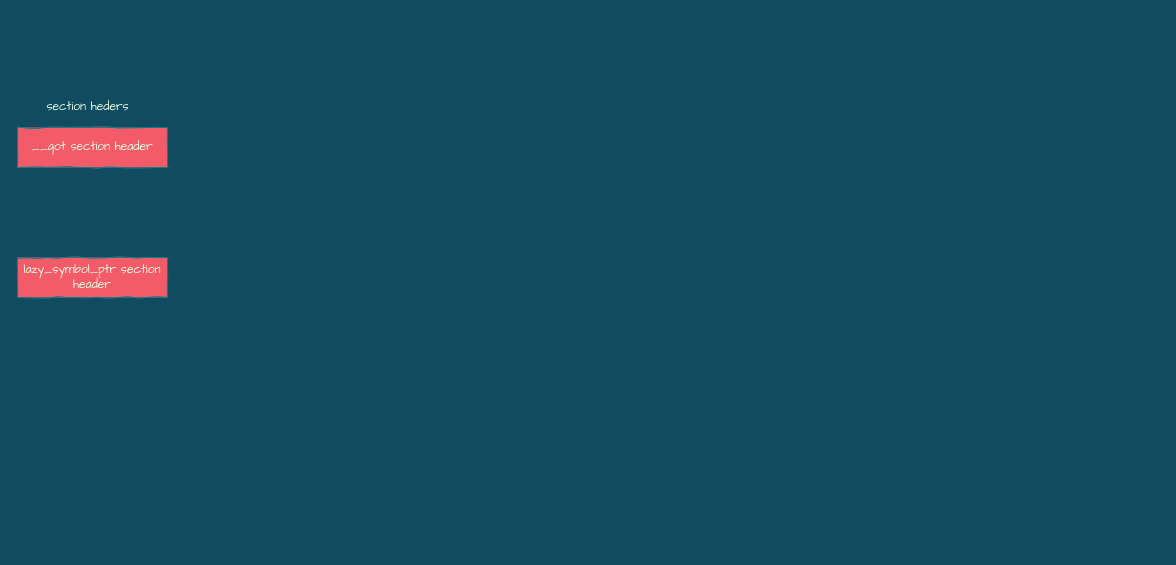
Earlier version of the draw.io diagram fishhook/section_header.drawio (silan-liu/drawio). Source tidied: cells renumbered, new cells numbered last; positions are measured from the earlier drawing's top-left corner, leaving out a move shared by most shapes. Both pictures are drawn from the tidied source at 100%, with x=0, y=0 at pixel (17, 97).
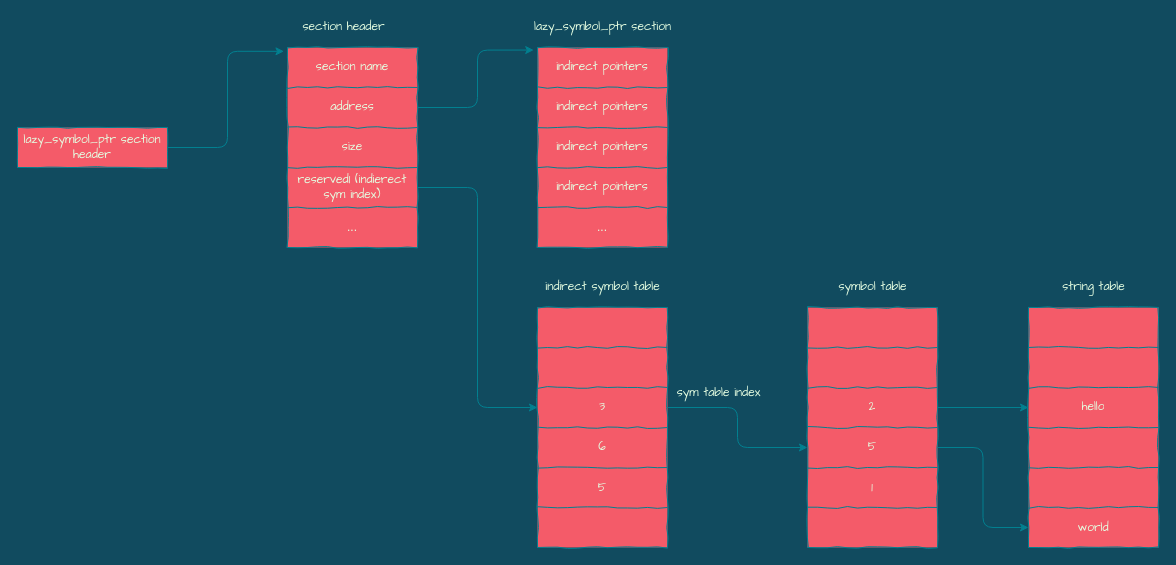
After the change.

The change refers to these unchanged cells:
```xml
<mxCell id="3" style="shape=partialRectangle;html=1;whiteSpace=wrap;fillColor=none;top=0;left=0;bottom=0;right=0;points=[[0,0.5],[1,0.5]];portConstraint=eastwest;strokeColor=#028090;fontColor=#E4FDE1;" parent="2" vertex="1">
  <mxGeometry width="150" height="40" as="geometry" />
</mxCell>
```

Diff of the diagram source:
```diff
@@
-    <mxCell id="4" value="__got section header" style="shape=partialRectangle;html=1;whiteSpace=wrap;overflow=hidden;fillColor=none;top=0;left=0;bottom=0;right=0;strokeColor=#028090;fontColor=#E4FDE1;fontFamily=Architects Daughter;" parent="3" vertex="1">
+    <mxCell id="4" value="lazy_symbol_ptr section header" style="shape=partialRectangle;html=1;whiteSpace=wrap;overflow=hidden;fillColor=none;top=0;left=0;bottom=0;right=0;strokeColor=#028090;fontColor=#E4FDE1;fontFamily=Architects Daughter;" parent="3" vertex="1">
       <mxGeometry width="150" height="40" as="geometry" />
     </mxCell>
-    <mxCell id="5" value="section heders" style="text;html=1;align=center;verticalAlign=middle;fontFamily=Architects Daughter;fontColor=#E4FDE1;" parent="1" vertex="1">
-      <mxGeometry x="20" width="100" height="20" as="geometry" />
-    </mxCell>
-    <mxCell id="6" style="shape=table;html=1;whiteSpace=wrap;startSize=0;childLayout=tableLayout;comic=1;fillColor=#F45B69;strokeColor=#028090;fontColor=#E4FDE1;fontFamily=Architects Daughter;" parent="1" vertex="1">
-      <mxGeometry y="160" width="150" height="40" as="geometry" />
-    </mxCell>
-    <mxCell id="7" style="shape=partialRectangle;html=1;whiteSpace=wrap;fillColor=none;top=0;left=0;bottom=0;right=0;strokeColor=#028090;fontColor=#E4FDE1;" parent="6" vertex="1">
-      <mxGeometry width="150" height="40" as="geometry" />
-    </mxCell>
-    <mxCell id="8" value="lazy_symbol_ptr section header" style="shape=partialRectangle;html=1;whiteSpace=wrap;overflow=hidden;fillColor=none;top=0;left=0;bottom=0;right=0;strokeColor=#028090;fontColor=#E4FDE1;fontFamily=Architects Daughter;" parent="7" vertex="1">
-      <mxGeometry width="150" height="40" as="geometry" />
-    </mxCell>
+    <mxCell id="9" style="shape=table;html=1;whiteSpace=wrap;startSize=0;childLayout=tableLayout;fillColor=#F45B69;strokeColor=#028090;fontColor=#E4FDE1;comic=1;" parent="1" vertex="1">
+      <mxGeometry x="270" y="-50" width="130" height="200" as="geometry" />
+    </mxCell>
+    <mxCell id="10" style="shape=partialRectangle;html=1;whiteSpace=wrap;fillColor=none;top=0;left=0;bottom=0;right=0;points=[[0,0.5],[1,0.5]];portConstraint=eastwest;strokeColor=#028090;fontColor=#E4FDE1;" parent="9" vertex="1">
+      <mxGeometry width="130" height="40" as="geometry" />
+    </mxCell>
+    <mxCell id="11" value="section name" style="shape=partialRectangle;html=1;whiteSpace=wrap;overflow=hidden;fillColor=none;top=0;left=0;bottom=0;right=0;strokeColor=#028090;fontColor=#E4FDE1;fontFamily=Architects Daughter;" parent="10" vertex="1">
+      <mxGeometry width="130" height="40" as="geometry" />
+    </mxCell>
+    <mxCell id="12" style="shape=partialRectangle;html=1;whiteSpace=wrap;fillColor=none;top=0;left=0;bottom=0;right=0;points=[[0,0.5],[1,0.5]];portConstraint=eastwest;strokeColor=#028090;fontColor=#E4FDE1;" parent="9" vertex="1">
+      <mxGeometry y="40" width="130" height="40" as="geometry" />
+    </mxCell>
+    <mxCell id="13" value="address" style="shape=partialRectangle;html=1;whiteSpace=wrap;overflow=hidden;fillColor=none;top=0;left=0;bottom=0;right=0;strokeColor=#028090;fontColor=#E4FDE1;fontFamily=Architects Daughter;" parent="12" vertex="1">
+      <mxGeometry width="130" height="40" as="geometry" />
+    </mxCell>
+    <mxCell id="14" style="shape=partialRectangle;html=1;whiteSpace=wrap;fillColor=none;top=0;left=0;bottom=0;right=0;strokeColor=#028090;fontColor=#E4FDE1;" parent="9" vertex="1">
+      <mxGeometry y="80" width="130" height="40" as="geometry" />
+    </mxCell>
+    <mxCell id="15" value="size" style="shape=partialRectangle;html=1;whiteSpace=wrap;overflow=hidden;fillColor=none;top=0;left=0;bottom=0;right=0;strokeColor=#028090;fontColor=#E4FDE1;fontFamily=Architects Daughter;" parent="14" vertex="1">
+      <mxGeometry width="130" height="40" as="geometry" />
+    </mxCell>
+    <mxCell id="16" style="shape=partialRectangle;html=1;whiteSpace=wrap;fillColor=none;top=0;left=0;bottom=0;right=0;points=[[0,0.5],[1,0.5]];portConstraint=eastwest;strokeColor=#028090;fontColor=#E4FDE1;" parent="9" vertex="1">
+      <mxGeometry y="120" width="130" height="40" as="geometry" />
+    </mxCell>
+    <mxCell id="17" value="reserved1 (indierect sym index)" style="shape=partialRectangle;html=1;whiteSpace=wrap;overflow=hidden;fillColor=none;top=0;left=0;bottom=0;right=0;strokeColor=#028090;fontColor=#E4FDE1;fontFamily=Architects Daughter;" parent="16" vertex="1">
+      <mxGeometry width="130" height="40" as="geometry" />
+    </mxCell>
+    <mxCell id="18" style="shape=partialRectangle;html=1;whiteSpace=wrap;fillColor=none;top=0;left=0;bottom=0;right=0;strokeColor=#028090;fontColor=#E4FDE1;" parent="9" vertex="1">
+      <mxGeometry y="160" width="130" height="40" as="geometry" />
+    </mxCell>
+    <mxCell id="19" value="..." style="shape=partialRectangle;html=1;whiteSpace=wrap;overflow=hidden;fillColor=none;top=0;left=0;bottom=0;right=0;strokeColor=#028090;fontColor=#E4FDE1;" parent="18" vertex="1">
+      <mxGeometry width="130" height="40" as="geometry" />
+    </mxCell>
+    <mxCell id="20" style="edgeStyle=orthogonalEdgeStyle;curved=0;rounded=1;sketch=0;jettySize=auto;html=1;exitX=1;exitY=0.5;exitDx=0;exitDy=0;entryX=-0.027;entryY=0.096;entryDx=0;entryDy=0;strokeColor=#028090;fillColor=#F45B69;fontFamily=Architects Daughter;fontColor=#E4FDE1;entryPerimeter=0;" parent="1" edge="1" source="3" target="10">
+      <mxGeometry relative="1" as="geometry" />
+    </mxCell>
+    <mxCell id="21" value="section header" style="text;html=1;align=center;verticalAlign=middle;fontFamily=Architects Daughter;fontColor=#E4FDE1;" parent="1" vertex="1">
+      <mxGeometry x="276" y="-80" width="100" height="20" as="geometry" />
+    </mxCell>
+    <mxCell id="22" style="shape=table;html=1;whiteSpace=wrap;startSize=0;childLayout=tableLayout;fillColor=#F45B69;strokeColor=#028090;fontColor=#E4FDE1;comic=1;" parent="1" vertex="1">
+      <mxGeometry x="520" y="-50" width="130" height="200" as="geometry" />
+    </mxCell>
+    <mxCell id="23" style="shape=partialRectangle;html=1;whiteSpace=wrap;fillColor=none;top=0;left=0;bottom=0;right=0;points=[[0,0.5],[1,0.5]];portConstraint=eastwest;strokeColor=#028090;fontColor=#E4FDE1;" parent="22" vertex="1">
+      <mxGeometry width="130" height="40" as="geometry" />
+    </mxCell>
+    <mxCell id="24" value="indirect pointers" style="shape=partialRectangle;html=1;whiteSpace=wrap;overflow=hidden;fillColor=none;top=0;left=0;bottom=0;right=0;strokeColor=#028090;fontColor=#E4FDE1;fontFamily=Architects Daughter;" parent="23" vertex="1">
+      <mxGeometry width="130" height="40" as="geometry" />
+    </mxCell>
+    <mxCell id="25" style="shape=partialRectangle;html=1;whiteSpace=wrap;fillColor=none;top=0;left=0;bottom=0;right=0;strokeColor=#028090;fontColor=#E4FDE1;" parent="22" vertex="1">
+      <mxGeometry y="40" width="130" height="40" as="geometry" />
+    </mxCell>
+    <mxCell id="26" value="indirect pointers" style="shape=partialRectangle;html=1;whiteSpace=wrap;overflow=hidden;fillColor=none;top=0;left=0;bottom=0;right=0;strokeColor=#028090;fontColor=#E4FDE1;fontFamily=Architects Daughter;" parent="25" vertex="1">
+      <mxGeometry width="130" height="40" as="geometry" />
+    </mxCell>
+    <mxCell id="27" style="shape=partialRectangle;html=1;whiteSpace=wrap;fillColor=none;top=0;left=0;bottom=0;right=0;strokeColor=#028090;fontColor=#E4FDE1;" parent="22" vertex="1">
+      <mxGeometry y="80" width="130" height="40" as="geometry" />
+    </mxCell>
+    <mxCell id="28" value="indirect pointers" style="shape=partialRectangle;html=1;whiteSpace=wrap;overflow=hidden;fillColor=none;top=0;left=0;bottom=0;right=0;strokeColor=#028090;fontColor=#E4FDE1;fontFamily=Architects Daughter;" parent="27" vertex="1">
+      <mxGeometry width="130" height="40" as="geometry" />
+    </mxCell>
+    <mxCell id="29" style="shape=partialRectangle;html=1;whiteSpace=wrap;fillColor=none;top=0;left=0;bottom=0;right=0;strokeColor=#028090;fontColor=#E4FDE1;" parent="22" vertex="1">
+      <mxGeometry y="120" width="130" height="40" as="geometry" />
+    </mxCell>
+    <mxCell id="30" value="indirect pointers" style="shape=partialRectangle;html=1;whiteSpace=wrap;overflow=hidden;fillColor=none;top=0;left=0;bottom=0;right=0;strokeColor=#028090;fontColor=#E4FDE1;fontFamily=Architects Daughter;" parent="29" vertex="1">
+      <mxGeometry width="130" height="40" as="geometry" />
+    </mxCell>
+    <mxCell id="31" style="shape=partialRectangle;html=1;whiteSpace=wrap;fillColor=none;top=0;left=0;bottom=0;right=0;strokeColor=#028090;fontColor=#E4FDE1;" parent="22" vertex="1">
+      <mxGeometry y="160" width="130" height="40" as="geometry" />
+    </mxCell>
+    <mxCell id="32" value="..." style="shape=partialRectangle;html=1;whiteSpace=wrap;overflow=hidden;fillColor=none;top=0;left=0;bottom=0;right=0;strokeColor=#028090;fontColor=#E4FDE1;" parent="31" vertex="1">
+      <mxGeometry width="130" height="40" as="geometry" />
+    </mxCell>
+    <mxCell id="33" value="lazy_symbol_ptr section" style="text;html=1;align=center;verticalAlign=middle;fontFamily=Architects Daughter;fontColor=#E4FDE1;" parent="1" vertex="1">
+      <mxGeometry x="510" y="-80" width="150" height="20" as="geometry" />
+    </mxCell>
+    <mxCell id="34" style="edgeStyle=orthogonalEdgeStyle;curved=0;rounded=1;sketch=0;jettySize=auto;html=1;exitX=1;exitY=0.5;exitDx=0;exitDy=0;entryX=-0.029;entryY=0.064;entryDx=0;entryDy=0;entryPerimeter=0;strokeColor=#028090;fillColor=#F45B69;fontFamily=Architects Daughter;fontColor=#E4FDE1;" parent="1" edge="1" source="12" target="23">
+      <mxGeometry relative="1" as="geometry" />
+    </mxCell>
+    <mxCell id="35" style="shape=table;html=1;whiteSpace=wrap;startSize=0;childLayout=tableLayout;fillColor=#F45B69;strokeColor=#028090;fontColor=#E4FDE1;comic=1;" parent="1" vertex="1">
+      <mxGeometry x="520" y="210" width="130" height="240" as="geometry" />
+    </mxCell>
+    <mxCell id="36" style="shape=partialRectangle;html=1;whiteSpace=wrap;fillColor=none;top=0;left=0;bottom=0;right=0;strokeColor=#028090;fontColor=#E4FDE1;" parent="35" vertex="1">
+      <mxGeometry width="130" height="40" as="geometry" />
+    </mxCell>
+    <mxCell id="37" style="shape=partialRectangle;html=1;whiteSpace=wrap;overflow=hidden;fillColor=none;top=0;left=0;bottom=0;right=0;strokeColor=#028090;fontColor=#E4FDE1;fontFamily=Architects Daughter;" parent="36" vertex="1">
+      <mxGeometry width="130" height="40" as="geometry" />
+    </mxCell>
+    <mxCell id="38" style="shape=partialRectangle;html=1;whiteSpace=wrap;fillColor=none;top=0;left=0;bottom=0;right=0;strokeColor=#028090;fontColor=#E4FDE1;" parent="35" vertex="1">
+      <mxGeometry y="40" width="130" height="40" as="geometry" />
+    </mxCell>
+    <mxCell id="39" style="shape=partialRectangle;html=1;whiteSpace=wrap;overflow=hidden;fillColor=none;top=0;left=0;bottom=0;right=0;strokeColor=#028090;fontColor=#E4FDE1;fontFamily=Architects Daughter;" parent="38" vertex="1">
+      <mxGeometry width="130" height="40" as="geometry" />
+    </mxCell>
+    <mxCell id="40" style="shape=partialRectangle;html=1;whiteSpace=wrap;fillColor=none;top=0;left=0;bottom=0;right=0;points=[[0,0.5],[1,0.5]];portConstraint=eastwest;strokeColor=#028090;fontColor=#E4FDE1;" parent="35" vertex="1">
+      <mxGeometry y="80" width="130" height="40" as="geometry" />
+    </mxCell>
+    <mxCell id="41" value="3" style="shape=partialRectangle;html=1;whiteSpace=wrap;overflow=hidden;fillColor=none;top=0;left=0;bottom=0;right=0;strokeColor=#028090;fontColor=#E4FDE1;fontFamily=Architects Daughter;" parent="40" vertex="1">
+      <mxGeometry width="130" height="40" as="geometry" />
+    </mxCell>
+    <mxCell id="42" style="shape=partialRectangle;html=1;whiteSpace=wrap;fillColor=none;top=0;left=0;bottom=0;right=0;strokeColor=#028090;fontColor=#E4FDE1;" parent="35" vertex="1">
+      <mxGeometry y="120" width="130" height="40" as="geometry" />
+    </mxCell>
+    <mxCell id="43" value="6" style="shape=partialRectangle;html=1;whiteSpace=wrap;overflow=hidden;fillColor=none;top=0;left=0;bottom=0;right=0;strokeColor=#028090;fontColor=#E4FDE1;fontFamily=Architects Daughter;" parent="42" vertex="1">
+      <mxGeometry width="130" height="40" as="geometry" />
+    </mxCell>
+    <mxCell id="44" style="shape=partialRectangle;html=1;whiteSpace=wrap;fillColor=none;top=0;left=0;bottom=0;right=0;strokeColor=#028090;fontColor=#E4FDE1;" parent="35" vertex="1">
+      <mxGeometry y="160" width="130" height="40" as="geometry" />
+    </mxCell>
+    <mxCell id="45" value="&lt;font face=&quot;Architects Daughter&quot;&gt;5&lt;/font&gt;" style="shape=partialRectangle;html=1;whiteSpace=wrap;overflow=hidden;fillColor=none;top=0;left=0;bottom=0;right=0;strokeColor=#028090;fontColor=#E4FDE1;" parent="44" vertex="1">
+      <mxGeometry width="130" height="40" as="geometry" />
+    </mxCell>
+    <mxCell id="46" style="shape=partialRectangle;html=1;whiteSpace=wrap;fillColor=none;top=0;left=0;bottom=0;right=0;strokeColor=#028090;fontColor=#E4FDE1;" parent="35" vertex="1">
+      <mxGeometry y="200" width="130" height="40" as="geometry" />
+    </mxCell>
+    <mxCell id="47" style="shape=partialRectangle;html=1;whiteSpace=wrap;overflow=hidden;fillColor=none;top=0;left=0;bottom=0;right=0;strokeColor=#028090;fontColor=#E4FDE1;" parent="46" vertex="1">
+      <mxGeometry width="130" height="40" as="geometry" />
+    </mxCell>
+    <mxCell id="48" value="indirect symbol table" style="text;html=1;align=center;verticalAlign=middle;fontFamily=Architects Daughter;fontColor=#E4FDE1;" parent="1" vertex="1">
+      <mxGeometry x="520" y="180" width="130" height="20" as="geometry" />
+    </mxCell>
+    <mxCell id="49" style="edgeStyle=orthogonalEdgeStyle;curved=0;rounded=1;sketch=0;jettySize=auto;html=1;exitX=1;exitY=0.5;exitDx=0;exitDy=0;entryX=0;entryY=0.5;entryDx=0;entryDy=0;strokeColor=#028090;fillColor=#F45B69;fontFamily=Architects Daughter;fontColor=#E4FDE1;" parent="1" edge="1" source="16" target="40">
+      <mxGeometry relative="1" as="geometry" />
+    </mxCell>
+    <mxCell id="50" value="sym table index" style="text;html=1;align=center;verticalAlign=middle;fontFamily=Architects Daughter;fontColor=#E4FDE1;" parent="1" vertex="1">
+      <mxGeometry x="651" y="286" width="100" height="20" as="geometry" />
+    </mxCell>
+    <mxCell id="51" style="shape=table;html=1;whiteSpace=wrap;startSize=0;childLayout=tableLayout;fillColor=#F45B69;strokeColor=#028090;fontColor=#E4FDE1;comic=1;" parent="1" vertex="1">
+      <mxGeometry x="790" y="210" width="130" height="240" as="geometry" />
+    </mxCell>
+    <mxCell id="52" style="shape=partialRectangle;html=1;whiteSpace=wrap;fillColor=none;top=0;left=0;bottom=0;right=0;strokeColor=#028090;fontColor=#E4FDE1;" parent="51" vertex="1">
+      <mxGeometry width="130" height="40" as="geometry" />
+    </mxCell>
+    <mxCell id="53" style="shape=partialRectangle;html=1;whiteSpace=wrap;overflow=hidden;fillColor=none;top=0;left=0;bottom=0;right=0;strokeColor=#028090;fontColor=#E4FDE1;fontFamily=Architects Daughter;" parent="52" vertex="1">
+      <mxGeometry width="130" height="40" as="geometry" />
+    </mxCell>
+    <mxCell id="54" style="shape=partialRectangle;html=1;whiteSpace=wrap;fillColor=none;top=0;left=0;bottom=0;right=0;strokeColor=#028090;fontColor=#E4FDE1;" parent="51" vertex="1">
+      <mxGeometry y="40" width="130" height="40" as="geometry" />
+    </mxCell>
+    <mxCell id="55" style="shape=partialRectangle;html=1;whiteSpace=wrap;overflow=hidden;fillColor=none;top=0;left=0;bottom=0;right=0;strokeColor=#028090;fontColor=#E4FDE1;fontFamily=Architects Daughter;" parent="54" vertex="1">
+      <mxGeometry width="130" height="40" as="geometry" />
+    </mxCell>
+    <mxCell id="56" style="shape=partialRectangle;html=1;whiteSpace=wrap;fillColor=none;top=0;left=0;bottom=0;right=0;points=[[0,0.5],[1,0.5]];portConstraint=eastwest;strokeColor=#028090;fontColor=#E4FDE1;" parent="51" vertex="1">
+      <mxGeometry y="80" width="130" height="40" as="geometry" />
+    </mxCell>
+    <mxCell id="57" value="2" style="shape=partialRectangle;html=1;whiteSpace=wrap;overflow=hidden;fillColor=none;top=0;left=0;bottom=0;right=0;strokeColor=#028090;fontColor=#E4FDE1;fontFamily=Architects Daughter;" parent="56" vertex="1">
+      <mxGeometry width="130" height="40" as="geometry" />
+    </mxCell>
+    <mxCell id="58" style="shape=partialRectangle;html=1;whiteSpace=wrap;fillColor=none;top=0;left=0;bottom=0;right=0;points=[[0,0.5],[1,0.5]];portConstraint=eastwest;strokeColor=#028090;fontColor=#E4FDE1;" parent="51" vertex="1">
+      <mxGeometry y="120" width="130" height="40" as="geometry" />
+    </mxCell>
+    <mxCell id="59" value="5" style="shape=partialRectangle;html=1;whiteSpace=wrap;overflow=hidden;fillColor=none;top=0;left=0;bottom=0;right=0;strokeColor=#028090;fontColor=#E4FDE1;fontFamily=Architects Daughter;" parent="58" vertex="1">
+      <mxGeometry width="130" height="40" as="geometry" />
+    </mxCell>
+    <mxCell id="60" style="shape=partialRectangle;html=1;whiteSpace=wrap;fillColor=none;top=0;left=0;bottom=0;right=0;strokeColor=#028090;fontColor=#E4FDE1;" parent="51" vertex="1">
+      <mxGeometry y="160" width="130" height="40" as="geometry" />
+    </mxCell>
+    <mxCell id="61" value="&lt;font face=&quot;Architects Daughter&quot;&gt;1&lt;/font&gt;" style="shape=partialRectangle;html=1;whiteSpace=wrap;overflow=hidden;fillColor=none;top=0;left=0;bottom=0;right=0;strokeColor=#028090;fontColor=#E4FDE1;" parent="60" vertex="1">
+      <mxGeometry width="130" height="40" as="geometry" />
+    </mxCell>
+    <mxCell id="62" style="shape=partialRectangle;html=1;whiteSpace=wrap;fillColor=none;top=0;left=0;bottom=0;right=0;strokeColor=#028090;fontColor=#E4FDE1;" parent="51" vertex="1">
+      <mxGeometry y="200" width="130" height="40" as="geometry" />
+    </mxCell>
+    <mxCell id="63" style="shape=partialRectangle;html=1;whiteSpace=wrap;overflow=hidden;fillColor=none;top=0;left=0;bottom=0;right=0;strokeColor=#028090;fontColor=#E4FDE1;" parent="62" vertex="1">
+      <mxGeometry width="130" height="40" as="geometry" />
+    </mxCell>
+    <mxCell id="64" value="symbol table" style="text;html=1;align=center;verticalAlign=middle;fontFamily=Architects Daughter;fontColor=#E4FDE1;" parent="1" vertex="1">
+      <mxGeometry x="815" y="180" width="80" height="20" as="geometry" />
+    </mxCell>
+    <mxCell id="65" style="edgeStyle=orthogonalEdgeStyle;curved=0;rounded=1;sketch=0;jettySize=auto;html=1;exitX=1;exitY=0.5;exitDx=0;exitDy=0;entryX=0;entryY=0.5;entryDx=0;entryDy=0;strokeColor=#028090;fillColor=#F45B69;fontFamily=Architects Daughter;fontColor=#E4FDE1;" parent="1" edge="1" source="40" target="58">
+      <mxGeometry relative="1" as="geometry" />
+    </mxCell>
+    <mxCell id="66" style="shape=table;html=1;whiteSpace=wrap;startSize=0;childLayout=tableLayout;fillColor=#F45B69;strokeColor=#028090;fontColor=#E4FDE1;comic=1;" parent="1" vertex="1">
+      <mxGeometry x="1011" y="210" width="130" height="240" as="geometry" />
+    </mxCell>
+    <mxCell id="67" style="shape=partialRectangle;html=1;whiteSpace=wrap;fillColor=none;top=0;left=0;bottom=0;right=0;strokeColor=#028090;fontColor=#E4FDE1;" parent="66" vertex="1">
+      <mxGeometry width="130" height="40" as="geometry" />
+    </mxCell>
+    <mxCell id="68" style="shape=partialRectangle;html=1;whiteSpace=wrap;overflow=hidden;fillColor=none;top=0;left=0;bottom=0;right=0;strokeColor=#028090;fontColor=#E4FDE1;fontFamily=Architects Daughter;" parent="67" vertex="1">
+      <mxGeometry width="130" height="40" as="geometry" />
+    </mxCell>
+    <mxCell id="69" style="shape=partialRectangle;html=1;whiteSpace=wrap;fillColor=none;top=0;left=0;bottom=0;right=0;strokeColor=#028090;fontColor=#E4FDE1;" parent="66" vertex="1">
+      <mxGeometry y="40" width="130" height="40" as="geometry" />
+    </mxCell>
+    <mxCell id="70" style="shape=partialRectangle;html=1;whiteSpace=wrap;overflow=hidden;fillColor=none;top=0;left=0;bottom=0;right=0;strokeColor=#028090;fontColor=#E4FDE1;fontFamily=Architects Daughter;" parent="69" vertex="1">
+      <mxGeometry width="130" height="40" as="geometry" />
+    </mxCell>
+    <mxCell id="71" style="shape=partialRectangle;html=1;whiteSpace=wrap;fillColor=none;top=0;left=0;bottom=0;right=0;points=[[0,0.5],[1,0.5]];portConstraint=eastwest;strokeColor=#028090;fontColor=#E4FDE1;" parent="66" vertex="1">
+      <mxGeometry y="80" width="130" height="40" as="geometry" />
+    </mxCell>
+    <mxCell id="72" value="hello" style="shape=partialRectangle;html=1;whiteSpace=wrap;overflow=hidden;fillColor=none;top=0;left=0;bottom=0;right=0;strokeColor=#028090;fontColor=#E4FDE1;fontFamily=Architects Daughter;" parent="71" vertex="1">
+      <mxGeometry width="130" height="40" as="geometry" />
+    </mxCell>
+    <mxCell id="73" style="shape=partialRectangle;html=1;whiteSpace=wrap;fillColor=none;top=0;left=0;bottom=0;right=0;strokeColor=#028090;fontColor=#E4FDE1;" parent="66" vertex="1">
+      <mxGeometry y="120" width="130" height="40" as="geometry" />
+    </mxCell>
+    <mxCell id="74" style="shape=partialRectangle;html=1;whiteSpace=wrap;overflow=hidden;fillColor=none;top=0;left=0;bottom=0;right=0;strokeColor=#028090;fontColor=#E4FDE1;fontFamily=Architects Daughter;" parent="73" vertex="1">
+      <mxGeometry width="130" height="40" as="geometry" />
+    </mxCell>
+    <mxCell id="75" style="shape=partialRectangle;html=1;whiteSpace=wrap;fillColor=none;top=0;left=0;bottom=0;right=0;strokeColor=#028090;fontColor=#E4FDE1;" parent="66" vertex="1">
+      <mxGeometry y="160" width="130" height="40" as="geometry" />
+    </mxCell>
+    <mxCell id="76" style="shape=partialRectangle;html=1;whiteSpace=wrap;overflow=hidden;fillColor=none;top=0;left=0;bottom=0;right=0;strokeColor=#028090;fontColor=#E4FDE1;" parent="75" vertex="1">
+      <mxGeometry width="130" height="40" as="geometry" />
+    </mxCell>
+    <mxCell id="77" style="shape=partialRectangle;html=1;whiteSpace=wrap;fillColor=none;top=0;left=0;bottom=0;right=0;points=[[0,0.5],[1,0.5]];portConstraint=eastwest;strokeColor=#028090;fontColor=#E4FDE1;" parent="66" vertex="1">
+      <mxGeometry y="200" width="130" height="40" as="geometry" />
+    </mxCell>
+    <mxCell id="78" value="&lt;span style=&quot;font-family: &amp;#34;architects daughter&amp;#34;&quot;&gt;world&lt;/span&gt;" style="shape=partialRectangle;html=1;whiteSpace=wrap;overflow=hidden;fillColor=none;top=0;left=0;bottom=0;right=0;strokeColor=#028090;fontColor=#E4FDE1;" parent="77" vertex="1">
+      <mxGeometry width="130" height="40" as="geometry" />
+    </mxCell>
+    <mxCell id="79" value="string table" style="text;html=1;align=center;verticalAlign=middle;fontFamily=Architects Daughter;fontColor=#E4FDE1;" parent="1" vertex="1">
+      <mxGeometry x="1036" y="180" width="80" height="20" as="geometry" />
+    </mxCell>
+    <mxCell id="80" style="edgeStyle=orthogonalEdgeStyle;curved=0;rounded=1;sketch=0;jettySize=auto;html=1;exitX=1;exitY=0.5;exitDx=0;exitDy=0;entryX=0;entryY=0.5;entryDx=0;entryDy=0;strokeColor=#028090;fillColor=#F45B69;fontFamily=Architects Daughter;fontColor=#E4FDE1;" parent="1" edge="1" source="56" target="71">
+      <mxGeometry relative="1" as="geometry" />
+    </mxCell>
+    <mxCell id="81" style="edgeStyle=orthogonalEdgeStyle;curved=0;rounded=1;sketch=0;jettySize=auto;html=1;exitX=1;exitY=0.5;exitDx=0;exitDy=0;entryX=0;entryY=0.5;entryDx=0;entryDy=0;strokeColor=#028090;fillColor=#F45B69;fontFamily=Architects Daughter;fontColor=#E4FDE1;" parent="1" edge="1" source="58" target="77">
+      <mxGeometry relative="1" as="geometry" />
+    </mxCell>
```
